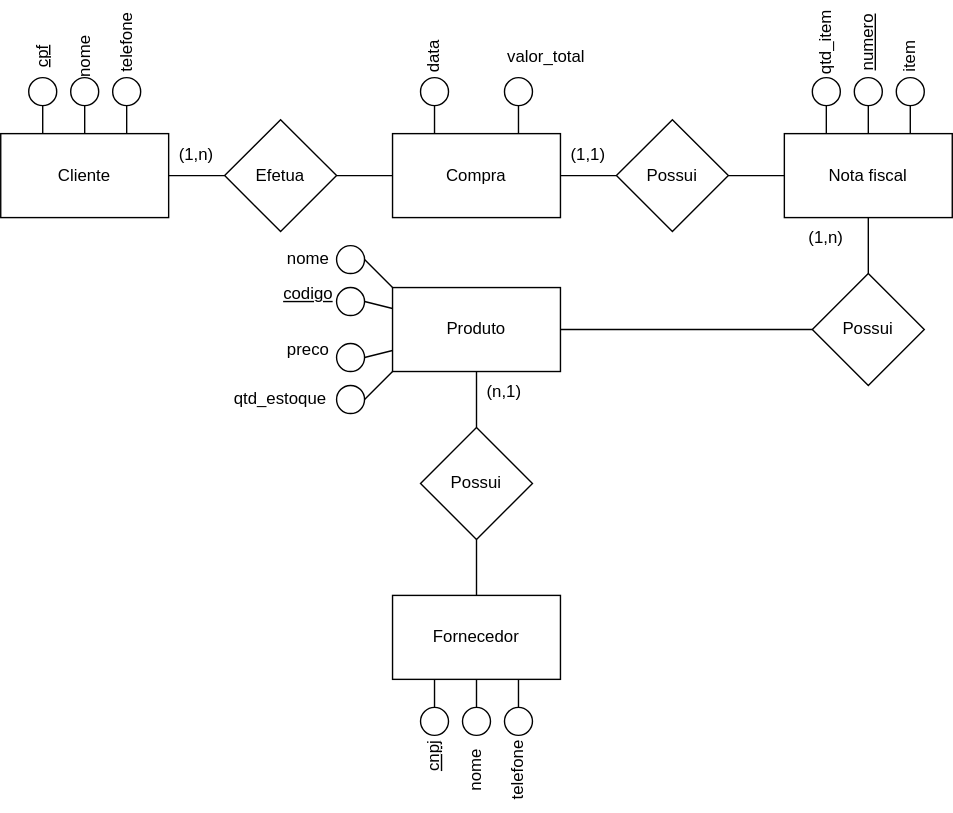
This is Lista2_04-04/Ex3.svg from andreeeeeeeee/Engenharia_Software, a draw.io export, as it was before one commit. Source tidied: cells renumbered, new cells last; positions are measured from the earlier drawing's top-left corner, leaving out a move shared by most shapes. Its diagram source:
```xml
<mxGraphModel>
  <root>
    <mxCell id="0" />
    <mxCell id="1" parent="0" />
    <mxCell id="2" value="Cliente" style="rounded=0;whiteSpace=wrap;html=1;" parent="1" vertex="1">
      <mxGeometry y="80" width="120" height="60" as="geometry" />
    </mxCell>
    <mxCell id="3" value="Efetua" style="rhombus;whiteSpace=wrap;html=1;" parent="1" vertex="1">
      <mxGeometry x="160" y="70" width="80" height="80" as="geometry" />
    </mxCell>
    <mxCell id="4" value="Compra" style="rounded=0;whiteSpace=wrap;html=1;" parent="1" vertex="1">
      <mxGeometry x="280" y="80" width="120" height="60" as="geometry" />
    </mxCell>
    <mxCell id="5" value="Produto" style="rounded=0;whiteSpace=wrap;html=1;" parent="1" vertex="1">
      <mxGeometry x="280" y="190" width="120" height="60" as="geometry" />
    </mxCell>
    <mxCell id="6" value="Possui" style="rhombus;whiteSpace=wrap;html=1;" parent="1" vertex="1">
      <mxGeometry x="440" y="70" width="80" height="80" as="geometry" />
    </mxCell>
    <mxCell id="7" value="Nota fiscal" style="rounded=0;whiteSpace=wrap;html=1;" parent="1" vertex="1">
      <mxGeometry x="560" y="80" width="120" height="60" as="geometry" />
    </mxCell>
    <mxCell id="8" value="Possui" style="rhombus;whiteSpace=wrap;html=1;" parent="1" vertex="1">
      <mxGeometry x="580" y="180" width="80" height="80" as="geometry" />
    </mxCell>
    <mxCell id="9" value="Possui" style="rhombus;whiteSpace=wrap;html=1;" parent="1" vertex="1">
      <mxGeometry x="300" y="290" width="80" height="80" as="geometry" />
    </mxCell>
    <mxCell id="10" value="Fornecedor" style="rounded=0;whiteSpace=wrap;html=1;" parent="1" vertex="1">
      <mxGeometry x="280" y="410" width="120" height="60" as="geometry" />
    </mxCell>
    <mxCell id="11" style="endArrow=none;html=1;rounded=0;exitX=1;exitY=0.5;exitDx=0;exitDy=0;entryX=0;entryY=0.5;entryDx=0;entryDy=0;" parent="1" edge="1" source="2" target="3">
      <mxGeometry relative="1" as="geometry" />
    </mxCell>
    <mxCell id="12" style="endArrow=none;html=1;rounded=0;exitX=1;exitY=0.5;exitDx=0;exitDy=0;entryX=0;entryY=0.5;entryDx=0;entryDy=0;" parent="1" edge="1" source="3" target="4">
      <mxGeometry relative="1" as="geometry" />
    </mxCell>
    <mxCell id="13" style="endArrow=none;html=1;rounded=0;entryX=0.5;entryY=1;entryDx=0;entryDy=0;exitX=0.5;exitY=0;exitDx=0;exitDy=0;" parent="1" edge="1" source="9" target="5">
      <mxGeometry relative="1" as="geometry" />
    </mxCell>
    <mxCell id="14" style="endArrow=none;html=1;rounded=0;exitX=0.5;exitY=0;exitDx=0;exitDy=0;entryX=0.5;entryY=1;entryDx=0;entryDy=0;" parent="1" edge="1" source="10" target="9">
      <mxGeometry relative="1" as="geometry" />
    </mxCell>
    <mxCell id="15" style="endArrow=none;html=1;rounded=0;exitX=1;exitY=0.5;exitDx=0;exitDy=0;entryX=0;entryY=0.5;entryDx=0;entryDy=0;" parent="1" edge="1" source="4" target="6">
      <mxGeometry relative="1" as="geometry" />
    </mxCell>
    <mxCell id="16" style="endArrow=none;html=1;rounded=0;exitX=1;exitY=0.5;exitDx=0;exitDy=0;entryX=0;entryY=0.5;entryDx=0;entryDy=0;" parent="1" edge="1" source="6" target="7">
      <mxGeometry relative="1" as="geometry" />
    </mxCell>
    <mxCell id="17" style="endArrow=none;html=1;rounded=0;entryX=0.5;entryY=1;entryDx=0;entryDy=0;exitX=0.5;exitY=0;exitDx=0;exitDy=0;" parent="1" edge="1" source="8" target="7">
      <mxGeometry relative="1" as="geometry" />
    </mxCell>
    <mxCell id="18" style="ellipse;whiteSpace=wrap;html=1;" parent="1" vertex="1">
      <mxGeometry x="20" y="40" width="20" height="20" as="geometry" />
    </mxCell>
    <mxCell id="19" style="ellipse;whiteSpace=wrap;html=1;" parent="1" vertex="1">
      <mxGeometry x="50" y="40" width="20" height="20" as="geometry" />
    </mxCell>
    <mxCell id="20" style="ellipse;whiteSpace=wrap;html=1;" parent="1" vertex="1">
      <mxGeometry x="80" y="40" width="20" height="20" as="geometry" />
    </mxCell>
    <mxCell id="21" style="endArrow=none;html=1;rounded=0;entryX=0.5;entryY=1;entryDx=0;entryDy=0;exitX=0.5;exitY=0;exitDx=0;exitDy=0;" parent="1" edge="1" source="2" target="19">
      <mxGeometry relative="1" as="geometry" />
    </mxCell>
    <mxCell id="22" style="endArrow=none;html=1;rounded=0;entryX=0.5;entryY=1;entryDx=0;entryDy=0;exitX=0.25;exitY=0;exitDx=0;exitDy=0;" parent="1" edge="1" source="2" target="18">
      <mxGeometry relative="1" as="geometry" />
    </mxCell>
    <mxCell id="23" style="endArrow=none;html=1;rounded=0;entryX=0.5;entryY=1;entryDx=0;entryDy=0;exitX=0.75;exitY=0;exitDx=0;exitDy=0;" parent="1" edge="1" source="2" target="20">
      <mxGeometry relative="1" as="geometry" />
    </mxCell>
    <mxCell id="24" value="&lt;u&gt;cpf&lt;/u&gt;" style="text;html=1;strokeColor=none;fillColor=none;align=center;verticalAlign=middle;whiteSpace=wrap;rounded=0;rotation=-90;" parent="1" vertex="1">
      <mxGeometry y="10" width="60" height="30" as="geometry" />
    </mxCell>
    <mxCell id="25" value="nome" style="text;html=1;strokeColor=none;fillColor=none;align=center;verticalAlign=middle;whiteSpace=wrap;rounded=0;rotation=-90;" parent="1" vertex="1">
      <mxGeometry x="30" y="10" width="60" height="30" as="geometry" />
    </mxCell>
    <mxCell id="26" value="telefone" style="text;html=1;strokeColor=none;fillColor=none;align=center;verticalAlign=middle;whiteSpace=wrap;rounded=0;rotation=-90;" parent="1" vertex="1">
      <mxGeometry x="60" width="60" height="30" as="geometry" />
    </mxCell>
    <mxCell id="27" value="(1,n)" style="text;html=1;strokeColor=none;fillColor=none;align=center;verticalAlign=middle;whiteSpace=wrap;rounded=0;" parent="1" vertex="1">
      <mxGeometry x="110" y="80" width="60" height="30" as="geometry" />
    </mxCell>
    <mxCell id="28" style="ellipse;whiteSpace=wrap;html=1;" parent="1" vertex="1">
      <mxGeometry x="300" y="490" width="20" height="20" as="geometry" />
    </mxCell>
    <mxCell id="29" style="ellipse;whiteSpace=wrap;html=1;" parent="1" vertex="1">
      <mxGeometry x="330" y="490" width="20" height="20" as="geometry" />
    </mxCell>
    <mxCell id="30" style="ellipse;whiteSpace=wrap;html=1;" parent="1" vertex="1">
      <mxGeometry x="360" y="490" width="20" height="20" as="geometry" />
    </mxCell>
    <mxCell id="31" value="&lt;u&gt;cnpj&lt;/u&gt;" style="text;html=1;strokeColor=none;fillColor=none;align=center;verticalAlign=middle;whiteSpace=wrap;rounded=0;rotation=-90;" parent="1" vertex="1">
      <mxGeometry x="280" y="510" width="60" height="30" as="geometry" />
    </mxCell>
    <mxCell id="32" value="nome" style="text;html=1;strokeColor=none;fillColor=none;align=center;verticalAlign=middle;whiteSpace=wrap;rounded=0;rotation=-90;" parent="1" vertex="1">
      <mxGeometry x="310" y="520" width="60" height="30" as="geometry" />
    </mxCell>
    <mxCell id="33" value="telefone" style="text;html=1;strokeColor=none;fillColor=none;align=center;verticalAlign=middle;whiteSpace=wrap;rounded=0;rotation=-90;" parent="1" vertex="1">
      <mxGeometry x="340" y="520" width="60" height="30" as="geometry" />
    </mxCell>
    <mxCell id="34" style="endArrow=none;html=1;rounded=0;entryX=0.25;entryY=1;entryDx=0;entryDy=0;exitX=0.5;exitY=0;exitDx=0;exitDy=0;" parent="1" edge="1" source="28" target="10">
      <mxGeometry relative="1" as="geometry" />
    </mxCell>
    <mxCell id="35" style="endArrow=none;html=1;rounded=0;entryX=0.5;entryY=1;entryDx=0;entryDy=0;exitX=0.5;exitY=0;exitDx=0;exitDy=0;" parent="1" edge="1" source="29" target="10">
      <mxGeometry relative="1" as="geometry" />
    </mxCell>
    <mxCell id="36" style="endArrow=none;html=1;rounded=0;entryX=0.75;entryY=1;entryDx=0;entryDy=0;exitX=0.5;exitY=0;exitDx=0;exitDy=0;" parent="1" edge="1" source="30" target="10">
      <mxGeometry relative="1" as="geometry" />
    </mxCell>
    <mxCell id="37" value="(1,1)" style="text;html=1;strokeColor=none;fillColor=none;align=center;verticalAlign=middle;whiteSpace=wrap;rounded=0;" parent="1" vertex="1">
      <mxGeometry x="390" y="80" width="60" height="30" as="geometry" />
    </mxCell>
    <mxCell id="38" style="ellipse;whiteSpace=wrap;html=1;" parent="1" vertex="1">
      <mxGeometry x="580" y="40" width="20" height="20" as="geometry" />
    </mxCell>
    <mxCell id="39" value="qtd_item" style="text;html=1;strokeColor=none;fillColor=none;align=center;verticalAlign=middle;whiteSpace=wrap;rounded=0;rotation=-90;" parent="1" vertex="1">
      <mxGeometry x="560" width="60" height="30" as="geometry" />
    </mxCell>
    <mxCell id="40" style="endArrow=none;html=1;rounded=0;entryX=0.5;entryY=1;entryDx=0;entryDy=0;exitX=0.25;exitY=0;exitDx=0;exitDy=0;" parent="1" edge="1" source="7" target="38">
      <mxGeometry relative="1" as="geometry" />
    </mxCell>
    <mxCell id="41" style="ellipse;whiteSpace=wrap;html=1;" parent="1" vertex="1">
      <mxGeometry x="640" y="40" width="20" height="20" as="geometry" />
    </mxCell>
    <mxCell id="42" value="&lt;div&gt;item&lt;/div&gt;" style="text;html=1;strokeColor=none;fillColor=none;align=center;verticalAlign=middle;whiteSpace=wrap;rounded=0;rotation=-90;" parent="1" vertex="1">
      <mxGeometry x="620" y="10" width="60" height="30" as="geometry" />
    </mxCell>
    <mxCell id="43" style="endArrow=none;html=1;rounded=0;entryX=0.5;entryY=1;entryDx=0;entryDy=0;exitX=0.75;exitY=0;exitDx=0;exitDy=0;" parent="1" edge="1" source="7" target="41">
      <mxGeometry relative="1" as="geometry" />
    </mxCell>
    <mxCell id="44" value="(1,n)" style="text;html=1;strokeColor=none;fillColor=none;align=center;verticalAlign=middle;whiteSpace=wrap;rounded=0;" parent="1" vertex="1">
      <mxGeometry x="560" y="140" width="60" height="30" as="geometry" />
    </mxCell>
    <mxCell id="45" value="(n,1)" style="text;html=1;strokeColor=none;fillColor=none;align=center;verticalAlign=middle;whiteSpace=wrap;rounded=0;" parent="1" vertex="1">
      <mxGeometry x="330" y="250" width="60" height="30" as="geometry" />
    </mxCell>
    <mxCell id="46" style="ellipse;whiteSpace=wrap;html=1;" parent="1" vertex="1">
      <mxGeometry x="240" y="230" width="20" height="20" as="geometry" />
    </mxCell>
    <mxCell id="47" style="ellipse;whiteSpace=wrap;html=1;" parent="1" vertex="1">
      <mxGeometry x="240" y="190" width="20" height="20" as="geometry" />
    </mxCell>
    <mxCell id="48" style="ellipse;whiteSpace=wrap;html=1;" parent="1" vertex="1">
      <mxGeometry x="240" y="160" width="20" height="20" as="geometry" />
    </mxCell>
    <mxCell id="49" style="ellipse;whiteSpace=wrap;html=1;" parent="1" vertex="1">
      <mxGeometry x="240" y="260" width="20" height="20" as="geometry" />
    </mxCell>
    <mxCell id="50" style="endArrow=none;html=1;rounded=0;entryX=1;entryY=0.5;entryDx=0;entryDy=0;exitX=0;exitY=1;exitDx=0;exitDy=0;" parent="1" edge="1" source="5" target="49">
      <mxGeometry relative="1" as="geometry" />
    </mxCell>
    <mxCell id="51" style="endArrow=none;html=1;rounded=0;entryX=0;entryY=0.75;entryDx=0;entryDy=0;exitX=1;exitY=0.5;exitDx=0;exitDy=0;" parent="1" edge="1" source="46" target="5">
      <mxGeometry relative="1" as="geometry" />
    </mxCell>
    <mxCell id="52" style="endArrow=none;html=1;rounded=0;entryX=1;entryY=0.5;entryDx=0;entryDy=0;exitX=0;exitY=0;exitDx=0;exitDy=0;" parent="1" edge="1" source="5" target="48">
      <mxGeometry relative="1" as="geometry" />
    </mxCell>
    <mxCell id="53" style="endArrow=none;html=1;rounded=0;entryX=0;entryY=0.25;entryDx=0;entryDy=0;exitX=1;exitY=0.5;exitDx=0;exitDy=0;" parent="1" edge="1" source="47" target="5">
      <mxGeometry relative="1" as="geometry" />
    </mxCell>
    <mxCell id="54" value="nome" style="text;html=1;strokeColor=none;fillColor=none;align=center;verticalAlign=middle;whiteSpace=wrap;rounded=0;" parent="1" vertex="1">
      <mxGeometry x="190" y="155" width="60" height="30" as="geometry" />
    </mxCell>
    <mxCell id="55" value="&lt;u&gt;codigo&lt;/u&gt;" style="text;html=1;strokeColor=none;fillColor=none;align=center;verticalAlign=middle;whiteSpace=wrap;rounded=0;" parent="1" vertex="1">
      <mxGeometry x="190" y="180" width="60" height="30" as="geometry" />
    </mxCell>
    <mxCell id="56" value="preco" style="text;html=1;strokeColor=none;fillColor=none;align=center;verticalAlign=middle;whiteSpace=wrap;rounded=0;" parent="1" vertex="1">
      <mxGeometry x="190" y="220" width="60" height="30" as="geometry" />
    </mxCell>
    <mxCell id="57" value="qtd_estoque" style="text;html=1;strokeColor=none;fillColor=none;align=center;verticalAlign=middle;whiteSpace=wrap;rounded=0;" parent="1" vertex="1">
      <mxGeometry x="170" y="255" width="60" height="30" as="geometry" />
    </mxCell>
    <mxCell id="58" style="ellipse;whiteSpace=wrap;html=1;" parent="1" vertex="1">
      <mxGeometry x="610" y="40" width="20" height="20" as="geometry" />
    </mxCell>
    <mxCell id="59" value="&lt;u&gt;numero&lt;/u&gt;" style="text;html=1;strokeColor=none;fillColor=none;align=center;verticalAlign=middle;whiteSpace=wrap;rounded=0;rotation=-90;" parent="1" vertex="1">
      <mxGeometry x="590" width="60" height="30" as="geometry" />
    </mxCell>
    <mxCell id="60" style="endArrow=none;html=1;rounded=0;entryX=0;entryY=0.5;entryDx=0;entryDy=0;exitX=1;exitY=0.5;exitDx=0;exitDy=0;" parent="1" edge="1" source="5" target="8">
      <mxGeometry relative="1" as="geometry" />
    </mxCell>
    <mxCell id="61" style="ellipse;whiteSpace=wrap;html=1;" parent="1" vertex="1">
      <mxGeometry x="300" y="40" width="20" height="20" as="geometry" />
    </mxCell>
    <mxCell id="62" style="ellipse;whiteSpace=wrap;html=1;" parent="1" vertex="1">
      <mxGeometry x="360" y="40" width="20" height="20" as="geometry" />
    </mxCell>
    <mxCell id="63" style="endArrow=none;html=1;rounded=0;entryX=0.5;entryY=1;entryDx=0;entryDy=0;exitX=0.25;exitY=0;exitDx=0;exitDy=0;" parent="1" edge="1" source="4" target="61">
      <mxGeometry relative="1" as="geometry" />
    </mxCell>
    <mxCell id="64" style="endArrow=none;html=1;rounded=0;entryX=0.5;entryY=1;entryDx=0;entryDy=0;exitX=0.75;exitY=0;exitDx=0;exitDy=0;" parent="1" edge="1" source="4" target="62">
      <mxGeometry relative="1" as="geometry" />
    </mxCell>
    <mxCell id="65" style="endArrow=none;html=1;rounded=0;entryX=0.5;entryY=1;entryDx=0;entryDy=0;exitX=0.5;exitY=0;exitDx=0;exitDy=0;" parent="1" edge="1" source="7" target="58">
      <mxGeometry relative="1" as="geometry" />
    </mxCell>
    <mxCell id="66" value="data" style="text;html=1;strokeColor=none;fillColor=none;align=center;verticalAlign=middle;whiteSpace=wrap;rounded=0;rotation=-90;" parent="1" vertex="1">
      <mxGeometry x="280" y="10" width="60" height="30" as="geometry" />
    </mxCell>
    <mxCell id="67" value="valor_total" style="text;html=1;strokeColor=none;fillColor=none;align=center;verticalAlign=middle;whiteSpace=wrap;rounded=0;rotation=0;" parent="1" vertex="1">
      <mxGeometry x="360" y="10" width="60" height="30" as="geometry" />
    </mxCell>
  </root>
</mxGraphModel>
```
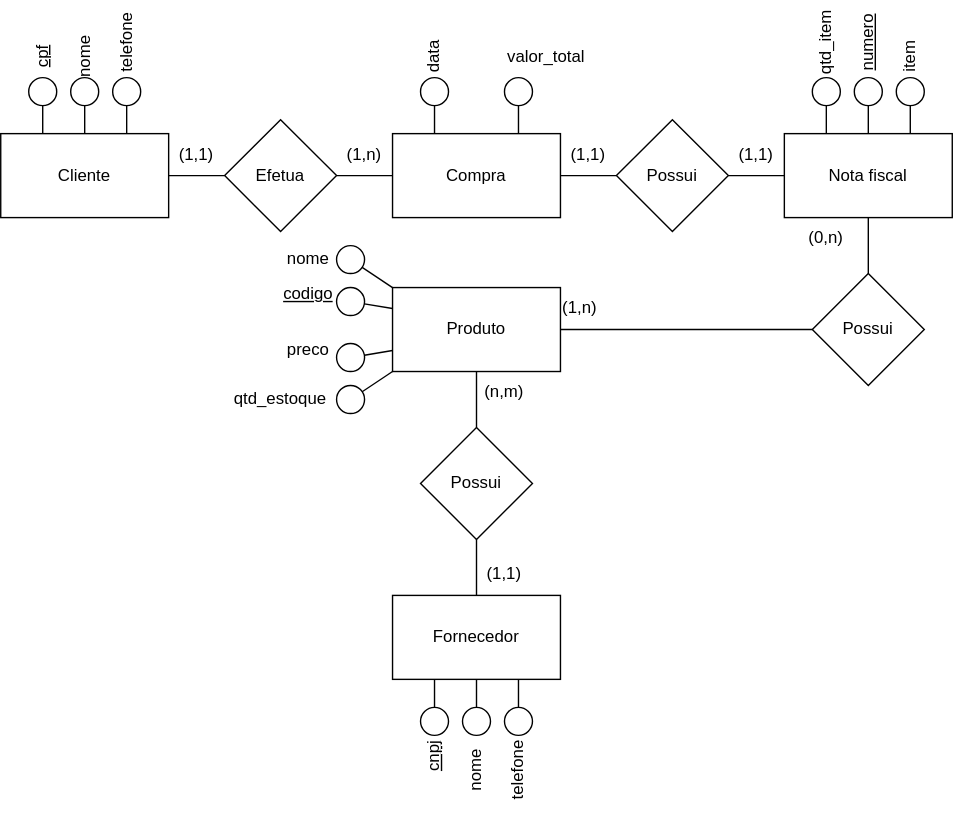
Later version of the same file.

Change to the diagram source:
```diff
@@ -77,7 +77,7 @@
     <mxCell id="26" value="telefone" style="text;html=1;strokeColor=none;fillColor=none;align=center;verticalAlign=middle;whiteSpace=wrap;rounded=0;rotation=-90;" parent="1" vertex="1">
       <mxGeometry x="60" width="60" height="30" as="geometry" />
     </mxCell>
-    <mxCell id="27" value="(1,n)" style="text;html=1;strokeColor=none;fillColor=none;align=center;verticalAlign=middle;whiteSpace=wrap;rounded=0;" parent="1" vertex="1">
+    <mxCell id="27" value="(1,1)" style="text;html=1;strokeColor=none;fillColor=none;align=center;verticalAlign=middle;whiteSpace=wrap;rounded=0;" parent="1" vertex="1">
       <mxGeometry x="110" y="80" width="60" height="30" as="geometry" />
     </mxCell>
     <mxCell id="28" style="ellipse;whiteSpace=wrap;html=1;" parent="1" vertex="1">
@@ -128,10 +128,10 @@
     <mxCell id="43" style="endArrow=none;html=1;rounded=0;entryX=0.5;entryY=1;entryDx=0;entryDy=0;exitX=0.75;exitY=0;exitDx=0;exitDy=0;" parent="1" edge="1" source="7" target="41">
       <mxGeometry relative="1" as="geometry" />
     </mxCell>
-    <mxCell id="44" value="(1,n)" style="text;html=1;strokeColor=none;fillColor=none;align=center;verticalAlign=middle;whiteSpace=wrap;rounded=0;" parent="1" vertex="1">
+    <mxCell id="44" value="(0,n)" style="text;html=1;strokeColor=none;fillColor=none;align=center;verticalAlign=middle;whiteSpace=wrap;rounded=0;" parent="1" vertex="1">
       <mxGeometry x="560" y="140" width="60" height="30" as="geometry" />
     </mxCell>
-    <mxCell id="45" value="(n,1)" style="text;html=1;strokeColor=none;fillColor=none;align=center;verticalAlign=middle;whiteSpace=wrap;rounded=0;" parent="1" vertex="1">
+    <mxCell id="45" value="(n,m)" style="text;html=1;strokeColor=none;fillColor=none;align=center;verticalAlign=middle;whiteSpace=wrap;rounded=0;" parent="1" vertex="1">
       <mxGeometry x="330" y="250" width="60" height="30" as="geometry" />
     </mxCell>
     <mxCell id="46" style="ellipse;whiteSpace=wrap;html=1;" parent="1" vertex="1">
@@ -146,16 +146,16 @@
     <mxCell id="49" style="ellipse;whiteSpace=wrap;html=1;" parent="1" vertex="1">
       <mxGeometry x="240" y="260" width="20" height="20" as="geometry" />
     </mxCell>
-    <mxCell id="50" style="endArrow=none;html=1;rounded=0;entryX=1;entryY=0.5;entryDx=0;entryDy=0;exitX=0;exitY=1;exitDx=0;exitDy=0;" parent="1" edge="1" source="5" target="49">
+    <mxCell id="50" style="endArrow=none;html=1;rounded=0;exitX=0;exitY=1;exitDx=0;exitDy=0;" parent="1" edge="1" source="5" target="49">
       <mxGeometry relative="1" as="geometry" />
     </mxCell>
-    <mxCell id="51" style="endArrow=none;html=1;rounded=0;entryX=0;entryY=0.75;entryDx=0;entryDy=0;exitX=1;exitY=0.5;exitDx=0;exitDy=0;" parent="1" edge="1" source="46" target="5">
+    <mxCell id="51" style="endArrow=none;html=1;rounded=0;entryX=0;entryY=0.75;entryDx=0;entryDy=0;" parent="1" edge="1" source="46" target="5">
       <mxGeometry relative="1" as="geometry" />
     </mxCell>
-    <mxCell id="52" style="endArrow=none;html=1;rounded=0;entryX=1;entryY=0.5;entryDx=0;entryDy=0;exitX=0;exitY=0;exitDx=0;exitDy=0;" parent="1" edge="1" source="5" target="48">
+    <mxCell id="52" style="endArrow=none;html=1;rounded=0;exitX=0;exitY=0;exitDx=0;exitDy=0;" parent="1" edge="1" source="5" target="48">
       <mxGeometry relative="1" as="geometry" />
     </mxCell>
-    <mxCell id="53" style="endArrow=none;html=1;rounded=0;entryX=0;entryY=0.25;entryDx=0;entryDy=0;exitX=1;exitY=0.5;exitDx=0;exitDy=0;" parent="1" edge="1" source="47" target="5">
+    <mxCell id="53" style="endArrow=none;html=1;rounded=0;entryX=0;entryY=0.25;entryDx=0;entryDy=0;" parent="1" edge="1" source="47" target="5">
       <mxGeometry relative="1" as="geometry" />
     </mxCell>
     <mxCell id="54" value="nome" style="text;html=1;strokeColor=none;fillColor=none;align=center;verticalAlign=middle;whiteSpace=wrap;rounded=0;" parent="1" vertex="1">
@@ -200,5 +200,17 @@
     <mxCell id="67" value="valor_total" style="text;html=1;strokeColor=none;fillColor=none;align=center;verticalAlign=middle;whiteSpace=wrap;rounded=0;rotation=0;" parent="1" vertex="1">
       <mxGeometry x="360" y="10" width="60" height="30" as="geometry" />
     </mxCell>
+    <mxCell id="68" value="(1,n)" style="text;html=1;strokeColor=none;fillColor=none;align=center;verticalAlign=middle;whiteSpace=wrap;rounded=0;" parent="1" vertex="1">
+      <mxGeometry x="230" y="80" width="60" height="30" as="geometry" />
+    </mxCell>
+    <mxCell id="69" value="(1,1)" style="text;html=1;strokeColor=none;fillColor=none;align=center;verticalAlign=middle;whiteSpace=wrap;rounded=0;" parent="1" vertex="1">
+      <mxGeometry x="510" y="80" width="60" height="30" as="geometry" />
+    </mxCell>
+    <mxCell id="70" value="(1,n)" style="text;html=1;strokeColor=none;fillColor=none;align=center;verticalAlign=middle;whiteSpace=wrap;rounded=0;" parent="1" vertex="1">
+      <mxGeometry x="384" y="190" width="60" height="30" as="geometry" />
+    </mxCell>
+    <mxCell id="71" value="(1,1)" style="text;html=1;strokeColor=none;fillColor=none;align=center;verticalAlign=middle;whiteSpace=wrap;rounded=0;" parent="1" vertex="1">
+      <mxGeometry x="330" y="380" width="60" height="30" as="geometry" />
+    </mxCell>
   </root>
 </mxGraphModel>
```
